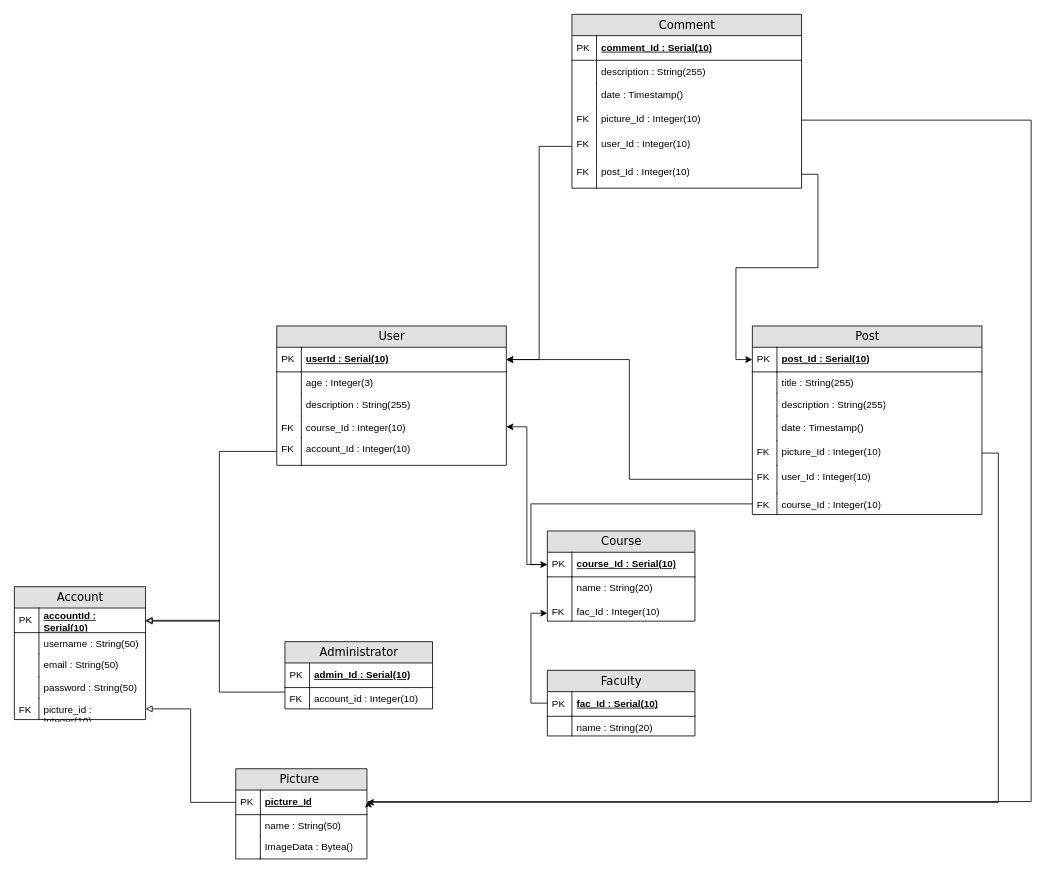
Before: docs/diagrams/sources/ER-DiagramFirstVersion.drawio in SE-TINF22B6/DHBWhub, a draw.io diagram. Source tidied: cells renumbered, new cells numbered last; positions are measured from the earlier drawing's top-left corner, leaving out a move shared by most shapes. Both pictures are drawn from the tidied source at 82%, with x=0, y=0 at pixel (14, 14).
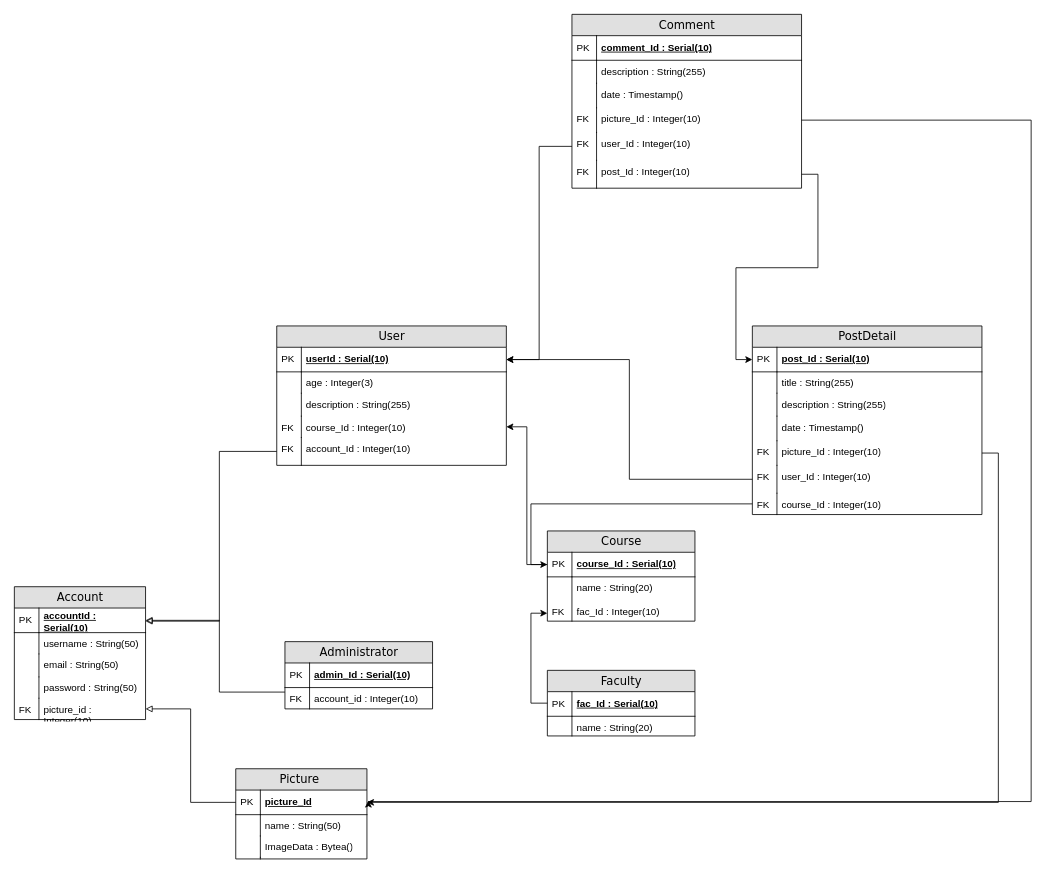
The same page after the edit.

The edit, as a diff of the source:
```diff
@@
-    <mxCell id="48" value="Post" style="swimlane;html=1;fontStyle=0;horizontal=1;startSize=26;fillColor=#e0e0e0;swimlaneFillColor=#ffffff;align=center;rounded=0;shadow=0;comic=0;labelBackgroundColor=none;strokeWidth=1;fontFamily=Verdana;fontSize=14;" parent="1" vertex="1">
+    <mxCell id="48" value="PostDetail" style="swimlane;html=1;fontStyle=0;horizontal=1;startSize=26;fillColor=#e0e0e0;swimlaneFillColor=#ffffff;align=center;rounded=0;shadow=0;comic=0;labelBackgroundColor=none;strokeWidth=1;fontFamily=Verdana;fontSize=14;" parent="1" vertex="1">
       <mxGeometry x="900" y="380" width="280" height="230" as="geometry" />
     </mxCell>
```
